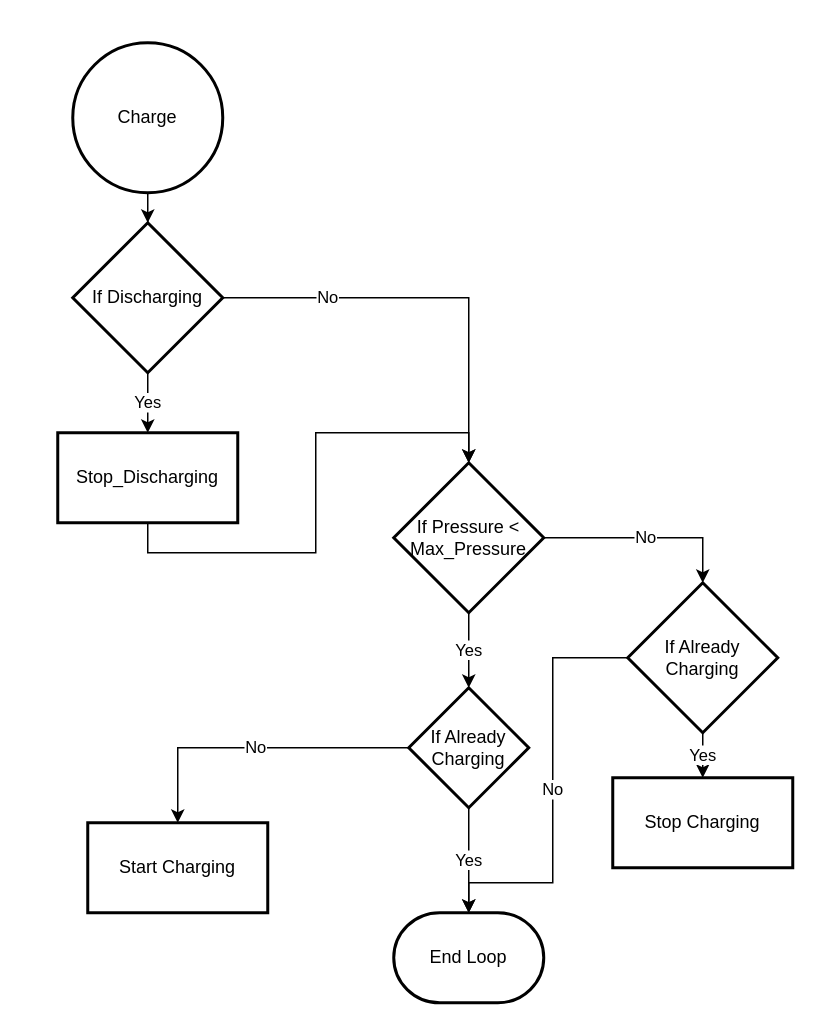
The draw.io diagram page "Charge_Flowchart" (1 of 3) of Software_Diagrams/Untitled Diagram.drawio in calebschmurr/CAES_Controls, before the edit. Source tidied: cells renumbered, new cells numbered last; positions are measured from the earlier drawing's top-left corner, leaving out a move shared by most shapes. Both pictures are drawn from the tidied source at 150%, with x=0, y=0 at pixel (57, 42).
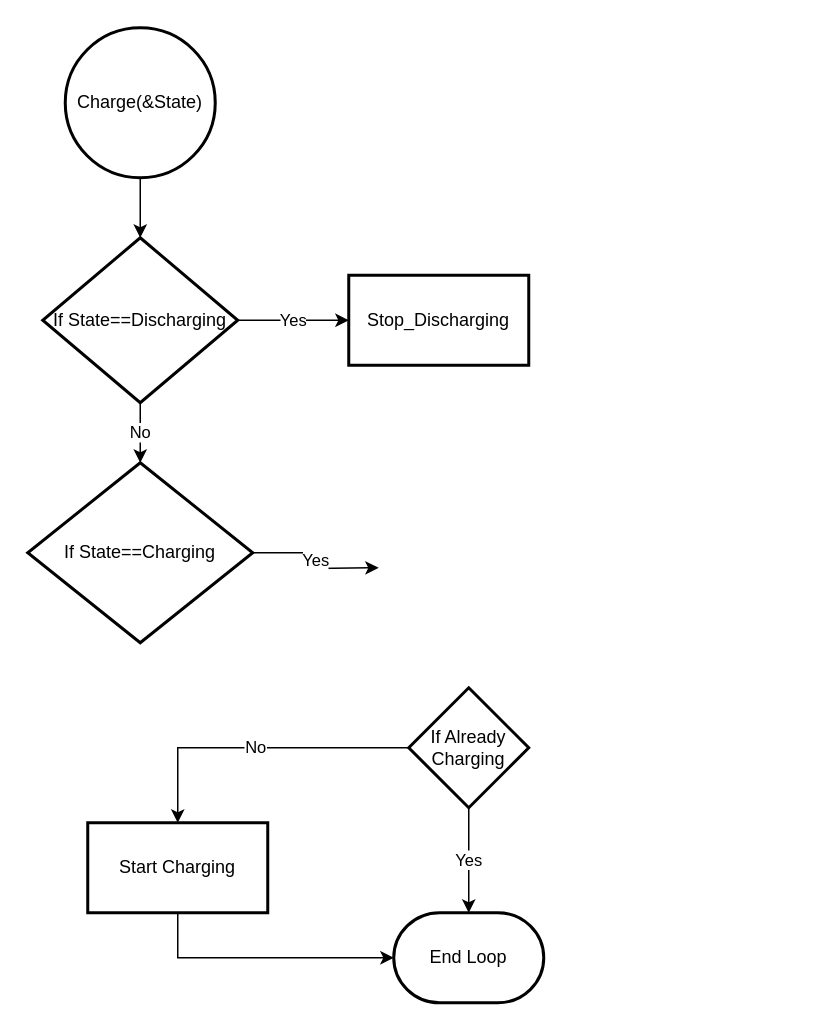
The same diagram, later.

The change refers to these unchanged cells:
```xml
<mxCell id="4" value="End Loop" style="strokeWidth=2;html=1;shape=mxgraph.flowchart.terminator;whiteSpace=wrap;" parent="1" vertex="1">
  <mxGeometry x="224" y="580" width="100" height="60" as="geometry" />
</mxCell>
<mxCell id="13" value="If Already Charging" style="rhombus;whiteSpace=wrap;html=1;strokeWidth=2;" parent="1" vertex="1">
  <mxGeometry x="234" y="430" width="80" height="80" as="geometry" />
</mxCell>
<mxCell id="20" value="Start Charging" style="whiteSpace=wrap;html=1;strokeWidth=2;" parent="1" vertex="1">
  <mxGeometry x="20" y="520" width="120" height="60" as="geometry" />
</mxCell>
```

What changed in the source:
```diff
@@
-    <mxCell id="3" value="Charge" style="strokeWidth=2;html=1;shape=mxgraph.flowchart.start_2;whiteSpace=wrap;" parent="1" vertex="1">
-      <mxGeometry x="10" width="100" height="100" as="geometry" />
+    <mxCell id="3" value="Charge(&amp;amp;State)" style="strokeWidth=2;html=1;shape=mxgraph.flowchart.start_2;whiteSpace=wrap;" parent="1" vertex="1">
+      <mxGeometry x="5" y="-10" width="100" height="100" as="geometry" />
     </mxCell>
@@
-    <mxCell id="5" value="No" style="edgeStyle=orthogonalEdgeStyle;rounded=0;jettySize=auto;html=1;entryX=0.5;entryY=0;entryDx=0;entryDy=0;entryPerimeter=0;" parent="1" edge="1" source="7" target="10">
-      <mxGeometry relative="1" as="geometry" />
-    </mxCell>
-    <mxCell id="6" value="Yes" style="edgeStyle=orthogonalEdgeStyle;rounded=0;jettySize=auto;html=1;" parent="1" edge="1" source="7" target="13">
-      <mxGeometry relative="1" as="geometry" />
-    </mxCell>
-    <mxCell id="7" value="If Pressure &amp;lt; Max_Pressure" style="strokeWidth=2;html=1;shape=mxgraph.flowchart.decision;whiteSpace=wrap;" parent="1" vertex="1">
-      <mxGeometry x="224" y="280" width="100" height="100" as="geometry" />
-    </mxCell>
-    <mxCell id="8" value="Yes" style="edgeStyle=orthogonalEdgeStyle;rounded=0;jettySize=auto;html=1;" parent="1" edge="1" source="10" target="19">
-      <mxGeometry relative="1" as="geometry" />
+    <mxCell id="8" value="Yes" style="edgeStyle=orthogonalEdgeStyle;rounded=0;jettySize=auto;html=1;" parent="1" edge="1" source="10">
+      <mxGeometry relative="1" as="geometry">
+        <mxPoint x="214" y="350" as="targetPoint" />
+      </mxGeometry>
     </mxCell>
-    <mxCell id="9" value="No" style="edgeStyle=orthogonalEdgeStyle;rounded=0;jettySize=auto;html=1;exitX=0;exitY=0.5;exitDx=0;exitDy=0;exitPerimeter=0;entryX=0.5;entryY=0;entryDx=0;entryDy=0;entryPerimeter=0;" parent="1" edge="1" source="10" target="4">
-      <mxGeometry relative="1" as="geometry">
-        <Array as="points">
-          <mxPoint x="330" y="410" />
-          <mxPoint x="330" y="560" />
-          <mxPoint x="274" y="560" />
-        </Array>
-      </mxGeometry>
-    </mxCell>
-    <mxCell id="10" value="If Already Charging" style="strokeWidth=2;html=1;shape=mxgraph.flowchart.decision;whiteSpace=wrap;" parent="1" vertex="1">
-      <mxGeometry x="380" y="360" width="100" height="100" as="geometry" />
+    <mxCell id="10" value="If State==Charging" style="strokeWidth=2;html=1;shape=mxgraph.flowchart.decision;whiteSpace=wrap;" parent="1" vertex="1">
+      <mxGeometry x="-20" y="280" width="150" height="120" as="geometry" />
     </mxCell>
@@
-    <mxCell id="15" value="No" style="edgeStyle=orthogonalEdgeStyle;rounded=0;jettySize=auto;html=1;exitX=1;exitY=0.5;exitDx=0;exitDy=0;exitPerimeter=0;entryX=0.5;entryY=0;entryDx=0;entryDy=0;entryPerimeter=0;" parent="1" edge="1" source="16" target="7">
-      <mxGeometry x="-0.49" relative="1" as="geometry" />
-    </mxCell>
+    <mxCell id="21" value="No" style="edgeStyle=orthogonalEdgeStyle;rounded=0;jettySize=auto;html=1;" parent="1" edge="1" source="16" target="10">
+      <mxGeometry relative="1" as="geometry" />
+    </mxCell>
-    <mxCell id="16" value="If Discharging" style="strokeWidth=2;html=1;shape=mxgraph.flowchart.decision;whiteSpace=wrap;" parent="1" vertex="1">
-      <mxGeometry x="10" y="120" width="100" height="100" as="geometry" />
+    <mxCell id="16" value="If State==Discharging" style="strokeWidth=2;html=1;shape=mxgraph.flowchart.decision;whiteSpace=wrap;" parent="1" vertex="1">
+      <mxGeometry x="-10" y="130" width="130" height="110" as="geometry" />
     </mxCell>
-    <mxCell id="17" style="edgeStyle=orthogonalEdgeStyle;rounded=0;jettySize=auto;html=1;exitX=0.5;exitY=1;exitDx=0;exitDy=0;entryX=0.5;entryY=0;entryDx=0;entryDy=0;entryPerimeter=0;" parent="1" edge="1" source="18" target="7">
-      <mxGeometry relative="1" as="geometry" />
-    </mxCell>
     <mxCell id="18" value="Stop_Discharging" style="whiteSpace=wrap;html=1;strokeWidth=2;" parent="1" vertex="1">
-      <mxGeometry y="260" width="120" height="60" as="geometry" />
+      <mxGeometry x="194" y="155" width="120" height="60" as="geometry" />
     </mxCell>
-    <mxCell id="19" value="Stop Charging" style="whiteSpace=wrap;html=1;strokeWidth=2;" parent="1" vertex="1">
-      <mxGeometry x="370" y="490" width="120" height="60" as="geometry" />
-    </mxCell>
+    <mxCell id="22" style="edgeStyle=orthogonalEdgeStyle;rounded=0;jettySize=auto;html=1;exitX=0.5;exitY=1;exitDx=0;exitDy=0;" parent="1" edge="1" source="20" target="4">
+      <mxGeometry relative="1" as="geometry" />
+    </mxCell>
```
